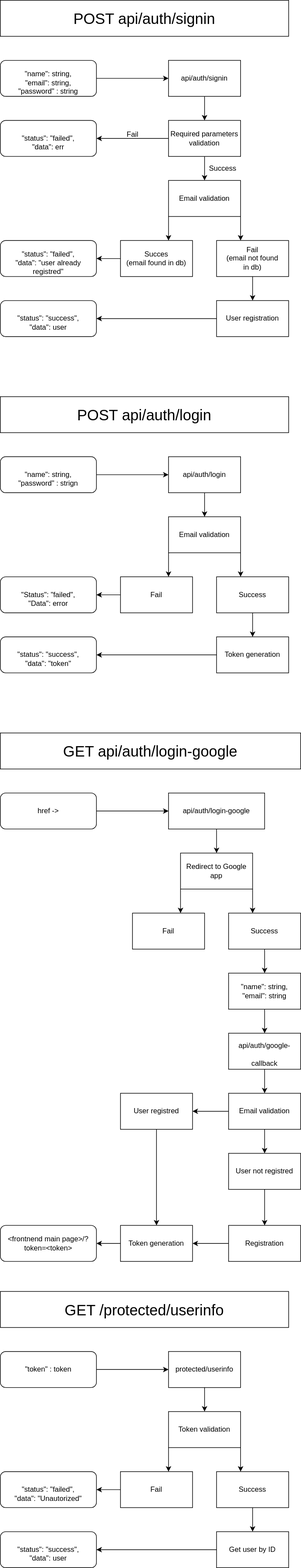
Earlier version of the draw.io export api.drawio.svg (cr1m3s/tch_backend). Source tidied: cells renumbered, new cells last; positions are measured from the earlier drawing's top-left corner, leaving out a move shared by most shapes.
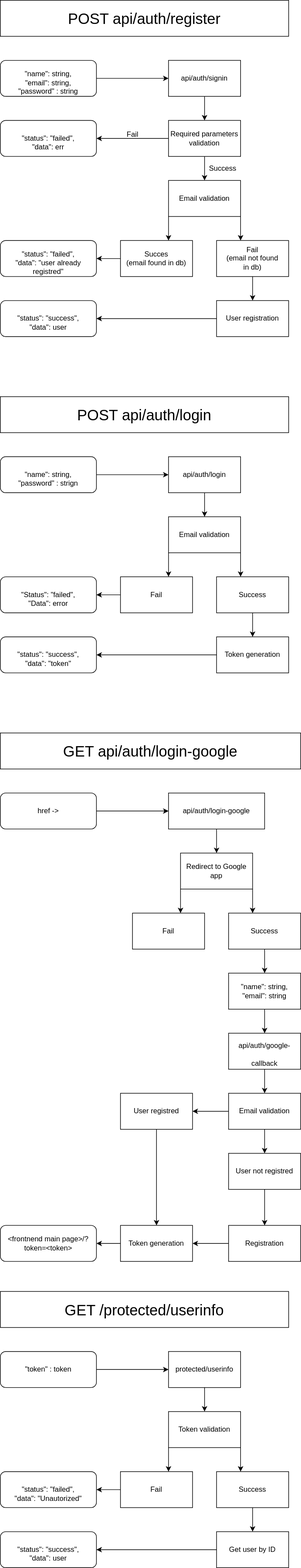
The same diagram one commit later.

What changed in the source:
```diff
@@ -189,7 +189,7 @@
     <mxCell id="58" style="endArrow=classic;html=1;exitX=0;exitY=0.5;exitDx=0;exitDy=0;entryX=1;entryY=0.5;entryDx=0;entryDy=0;" parent="1" edge="1" source="51" target="56">
       <mxGeometry relative="1" as="geometry" />
     </mxCell>
-    <mxCell id="59" value="&lt;font style=&quot;font-size: 25px;&quot;&gt;POST api/auth/signin&lt;/font&gt;" style="rounded=0;whiteSpace=wrap;html=1;" parent="1" vertex="1">
+    <mxCell id="59" value="&lt;font style=&quot;font-size: 25px;&quot;&gt;POST api/auth/register&lt;/font&gt;" style="rounded=0;whiteSpace=wrap;html=1;" parent="1" vertex="1">
       <mxGeometry width="480" height="60" as="geometry" />
     </mxCell>
     <mxCell id="60" value="Required parameters validation" style="rounded=0;whiteSpace=wrap;html=1;fontSize=12;" parent="1" vertex="1">
```
